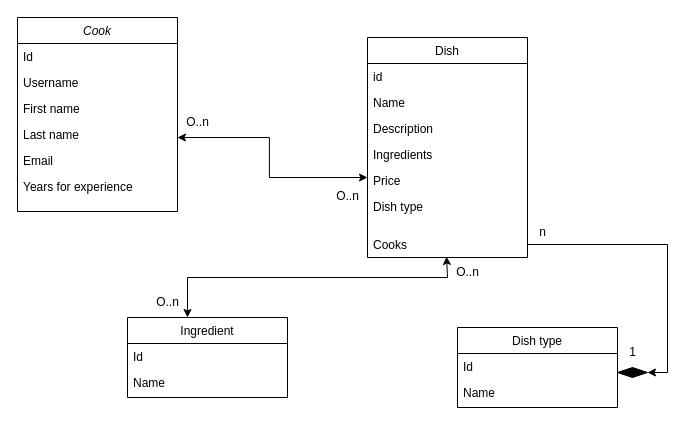
This is DB_structure.drawio from AlyonkaB/-restaurant-kitchen-service, a draw.io file, before an edit. Source tidied: cells renumbered, new cells numbered last; positions are measured from the earlier drawing's top-left corner, leaving out a move shared by most shapes. Both pictures are drawn from the tidied source at 100%, with x=0, y=0 at pixel (17, 17).
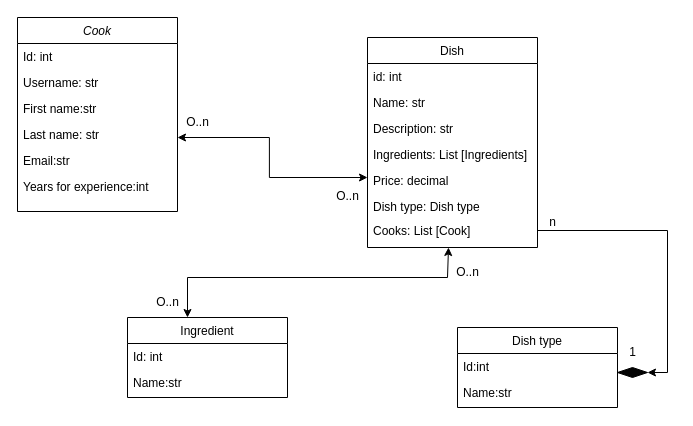
After the change.

Unchanged cells that the change refers to:
```xml
<mxCell id="2" value="Cook" style="swimlane;fontStyle=2;align=center;verticalAlign=top;horizontal=1;startSize=26;rounded=0;shadow=0;strokeWidth=1;" parent="1" vertex="1">
  <mxGeometry width="160" height="194" as="geometry" />
</mxCell>
<mxCell id="9" value="Ingredient" style="swimlane;fontStyle=0;align=center;verticalAlign=top;horizontal=1;startSize=26;rounded=0;shadow=0;strokeWidth=1;" parent="1" vertex="1">
  <mxGeometry x="110" y="300" width="160" height="80" as="geometry" />
</mxCell>
<mxCell id="12" value="Dish type" style="swimlane;fontStyle=0;align=center;verticalAlign=top;horizontal=1;startSize=26;rounded=0;shadow=0;strokeWidth=1;" parent="1" vertex="1">
  <mxGeometry x="440" y="310" width="160" height="80" as="geometry" />
</mxCell>
```

Diff of the diagram source:
```diff
@@
-    <mxCell id="3" value="Id" style="text;align=left;verticalAlign=top;spacingLeft=4;spacingRight=4;overflow=hidden;" parent="2" vertex="1">
+    <mxCell id="3" value="Id: int" style="text;align=left;verticalAlign=top;spacingLeft=4;spacingRight=4;overflow=hidden;" parent="2" vertex="1">
       <mxGeometry y="26" width="160" height="26" as="geometry" />
     </mxCell>
-    <mxCell id="4" value="Username" style="text;align=left;verticalAlign=top;spacingLeft=4;spacingRight=4;overflow=hidden;rounded=0;shadow=0;html=0;" parent="2" vertex="1">
+    <mxCell id="4" value="Username: str" style="text;align=left;verticalAlign=top;spacingLeft=4;spacingRight=4;overflow=hidden;rounded=0;shadow=0;html=0;" parent="2" vertex="1">
       <mxGeometry y="52" width="160" height="26" as="geometry" />
     </mxCell>
-    <mxCell id="5" value="First name" style="text;align=left;verticalAlign=top;spacingLeft=4;spacingRight=4;overflow=hidden;rounded=0;shadow=0;html=0;" parent="2" vertex="1">
+    <mxCell id="5" value="First name:str" style="text;align=left;verticalAlign=top;spacingLeft=4;spacingRight=4;overflow=hidden;rounded=0;shadow=0;html=0;" parent="2" vertex="1">
       <mxGeometry y="78" width="160" height="26" as="geometry" />
     </mxCell>
-    <mxCell id="6" value="Last name" style="text;align=left;verticalAlign=top;spacingLeft=4;spacingRight=4;overflow=hidden;rounded=0;shadow=0;html=0;" parent="2" vertex="1">
+    <mxCell id="6" value="Last name: str" style="text;align=left;verticalAlign=top;spacingLeft=4;spacingRight=4;overflow=hidden;rounded=0;shadow=0;html=0;" parent="2" vertex="1">
       <mxGeometry y="104" width="160" height="26" as="geometry" />
     </mxCell>
-    <mxCell id="7" value="Email" style="text;align=left;verticalAlign=top;spacingLeft=4;spacingRight=4;overflow=hidden;rounded=0;shadow=0;html=0;" parent="2" vertex="1">
+    <mxCell id="7" value="Email:str" style="text;align=left;verticalAlign=top;spacingLeft=4;spacingRight=4;overflow=hidden;rounded=0;shadow=0;html=0;" parent="2" vertex="1">
       <mxGeometry y="130" width="160" height="26" as="geometry" />
     </mxCell>
-    <mxCell id="8" value="Years for experience" style="text;align=left;verticalAlign=top;spacingLeft=4;spacingRight=4;overflow=hidden;rounded=0;shadow=0;html=0;" parent="2" vertex="1">
+    <mxCell id="8" value="Years for experience:int" style="text;align=left;verticalAlign=top;spacingLeft=4;spacingRight=4;overflow=hidden;rounded=0;shadow=0;html=0;" parent="2" vertex="1">
       <mxGeometry y="156" width="160" height="26" as="geometry" />
     </mxCell>
@@
-    <mxCell id="10" value="Id" style="text;align=left;verticalAlign=top;spacingLeft=4;spacingRight=4;overflow=hidden;" parent="9" vertex="1">
+    <mxCell id="10" value="Id: int" style="text;align=left;verticalAlign=top;spacingLeft=4;spacingRight=4;overflow=hidden;" parent="9" vertex="1">
       <mxGeometry y="26" width="160" height="26" as="geometry" />
     </mxCell>
-    <mxCell id="11" value="Name" style="text;align=left;verticalAlign=top;spacingLeft=4;spacingRight=4;overflow=hidden;rounded=0;shadow=0;html=0;" parent="9" vertex="1">
+    <mxCell id="11" value="Name:str" style="text;align=left;verticalAlign=top;spacingLeft=4;spacingRight=4;overflow=hidden;rounded=0;shadow=0;html=0;" parent="9" vertex="1">
       <mxGeometry y="52" width="160" height="26" as="geometry" />
     </mxCell>
@@
-    <mxCell id="13" value="Id" style="text;align=left;verticalAlign=top;spacingLeft=4;spacingRight=4;overflow=hidden;" parent="12" vertex="1">
+    <mxCell id="13" value="Id:int" style="text;align=left;verticalAlign=top;spacingLeft=4;spacingRight=4;overflow=hidden;" parent="12" vertex="1">
       <mxGeometry y="26" width="160" height="26" as="geometry" />
     </mxCell>
-    <mxCell id="14" value="Name" style="text;align=left;verticalAlign=top;spacingLeft=4;spacingRight=4;overflow=hidden;" parent="12" vertex="1">
+    <mxCell id="14" value="Name:str" style="text;align=left;verticalAlign=top;spacingLeft=4;spacingRight=4;overflow=hidden;" parent="12" vertex="1">
       <mxGeometry y="52" width="160" height="26" as="geometry" />
     </mxCell>
     <mxCell id="15" value="Dish" style="swimlane;fontStyle=0;align=center;verticalAlign=top;horizontal=1;startSize=26;rounded=0;shadow=0;strokeWidth=1;" parent="1" vertex="1">
-      <mxGeometry x="350" y="20" width="160" height="220" as="geometry" />
+      <mxGeometry x="350" y="20" width="170" height="210" as="geometry" />
     </mxCell>
-    <mxCell id="16" value="id" style="text;align=left;verticalAlign=top;spacingLeft=4;spacingRight=4;overflow=hidden;" parent="15" vertex="1">
-      <mxGeometry y="26" width="160" height="26" as="geometry" />
+    <mxCell id="16" value="id: int" style="text;align=left;verticalAlign=top;spacingLeft=4;spacingRight=4;overflow=hidden;" parent="15" vertex="1">
+      <mxGeometry y="26" width="170" height="26" as="geometry" />
     </mxCell>
-    <mxCell id="17" value="Name" style="text;align=left;verticalAlign=top;spacingLeft=4;spacingRight=4;overflow=hidden;rounded=0;shadow=0;html=0;" parent="15" vertex="1">
-      <mxGeometry y="52" width="160" height="26" as="geometry" />
+    <mxCell id="17" value="Name: str" style="text;align=left;verticalAlign=top;spacingLeft=4;spacingRight=4;overflow=hidden;rounded=0;shadow=0;html=0;" parent="15" vertex="1">
+      <mxGeometry y="52" width="170" height="26" as="geometry" />
     </mxCell>
-    <mxCell id="18" value="Description" style="text;align=left;verticalAlign=top;spacingLeft=4;spacingRight=4;overflow=hidden;rounded=0;shadow=0;html=0;" parent="15" vertex="1">
-      <mxGeometry y="78" width="160" height="26" as="geometry" />
+    <mxCell id="18" value="Description: str" style="text;align=left;verticalAlign=top;spacingLeft=4;spacingRight=4;overflow=hidden;rounded=0;shadow=0;html=0;" parent="15" vertex="1">
+      <mxGeometry y="78" width="170" height="26" as="geometry" />
     </mxCell>
-    <mxCell id="19" value="Ingredients" style="text;align=left;verticalAlign=top;spacingLeft=4;spacingRight=4;overflow=hidden;rounded=0;shadow=0;html=0;" parent="15" vertex="1">
-      <mxGeometry y="104" width="160" height="26" as="geometry" />
+    <mxCell id="19" value="Ingredients: List [Ingredients]" style="text;align=left;verticalAlign=top;spacingLeft=4;spacingRight=4;overflow=hidden;rounded=0;shadow=0;html=0;" parent="15" vertex="1">
+      <mxGeometry y="104" width="170" height="26" as="geometry" />
     </mxCell>
-    <mxCell id="20" value="Price" style="text;align=left;verticalAlign=top;spacingLeft=4;spacingRight=4;overflow=hidden;rounded=0;shadow=0;html=0;" parent="15" vertex="1">
-      <mxGeometry y="130" width="160" height="26" as="geometry" />
+    <mxCell id="20" value="Price: decimal" style="text;align=left;verticalAlign=top;spacingLeft=4;spacingRight=4;overflow=hidden;rounded=0;shadow=0;html=0;" parent="15" vertex="1">
+      <mxGeometry y="130" width="170" height="26" as="geometry" />
     </mxCell>
-    <mxCell id="21" value="Dish type" style="text;align=left;verticalAlign=top;spacingLeft=4;spacingRight=4;overflow=hidden;" parent="15" vertex="1">
-      <mxGeometry y="156" width="160" height="38" as="geometry" />
+    <mxCell id="21" value="Dish type: Dish type" style="text;align=left;verticalAlign=top;spacingLeft=4;spacingRight=4;overflow=hidden;" parent="15" vertex="1">
+      <mxGeometry y="156" width="170" height="24" as="geometry" />
     </mxCell>
-    <mxCell id="22" value="Cooks" style="text;align=left;verticalAlign=top;spacingLeft=4;spacingRight=4;overflow=hidden;points=[[0,0.5],[1,0.5]];portConstraint=eastwest;" parent="15" vertex="1">
-      <mxGeometry y="194" width="160" height="26" as="geometry" />
+    <mxCell id="22" value="Cooks: List [Cook]" style="text;align=left;verticalAlign=top;spacingLeft=4;spacingRight=4;overflow=hidden;points=[[0,0.5],[1,0.5]];portConstraint=eastwest;" parent="15" vertex="1">
+      <mxGeometry y="180" width="170" height="26" as="geometry" />
     </mxCell>
@@
-    <mxCell id="26" style="endArrow=classic;startArrow=classic;html=1;rounded=0;entryX=0.494;entryY=0.962;entryDx=0;entryDy=0;entryPerimeter=0;" parent="1" edge="1" target="22">
+    <mxCell id="26" style="endArrow=classic;startArrow=classic;html=1;rounded=0;" parent="1" edge="1">
       <mxGeometry relative="1" as="geometry">
         <mxPoint x="170" y="300" as="sourcePoint" />
+        <mxPoint x="431" y="230" as="targetPoint" />
         <Array as="points">
           <mxPoint x="170" y="260" />
           <mxPoint x="430" y="260" />
         </Array>
       </mxGeometry>
     </mxCell>
@@
     <mxCell id="31" value="n" style="text;html=1;align=center;verticalAlign=middle;strokeColor=none;fillColor=none;" parent="1" vertex="1">
-      <mxGeometry x="510" y="200" width="30" height="30" as="geometry" />
+      <mxGeometry x="520" y="190" width="30" height="30" as="geometry" />
     </mxCell>
```
